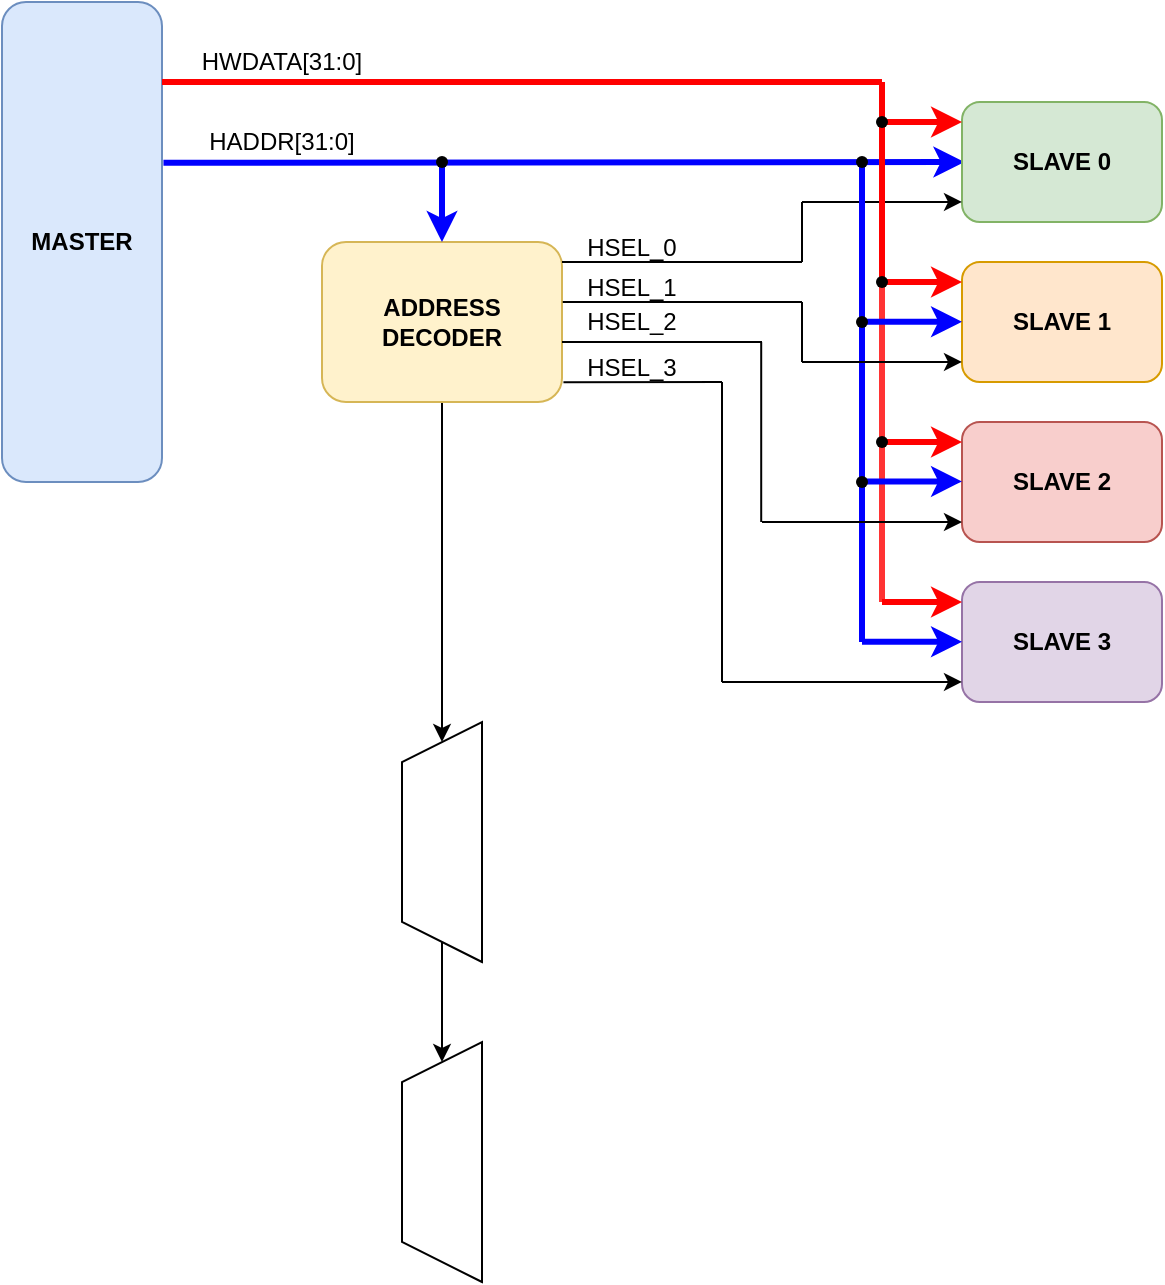
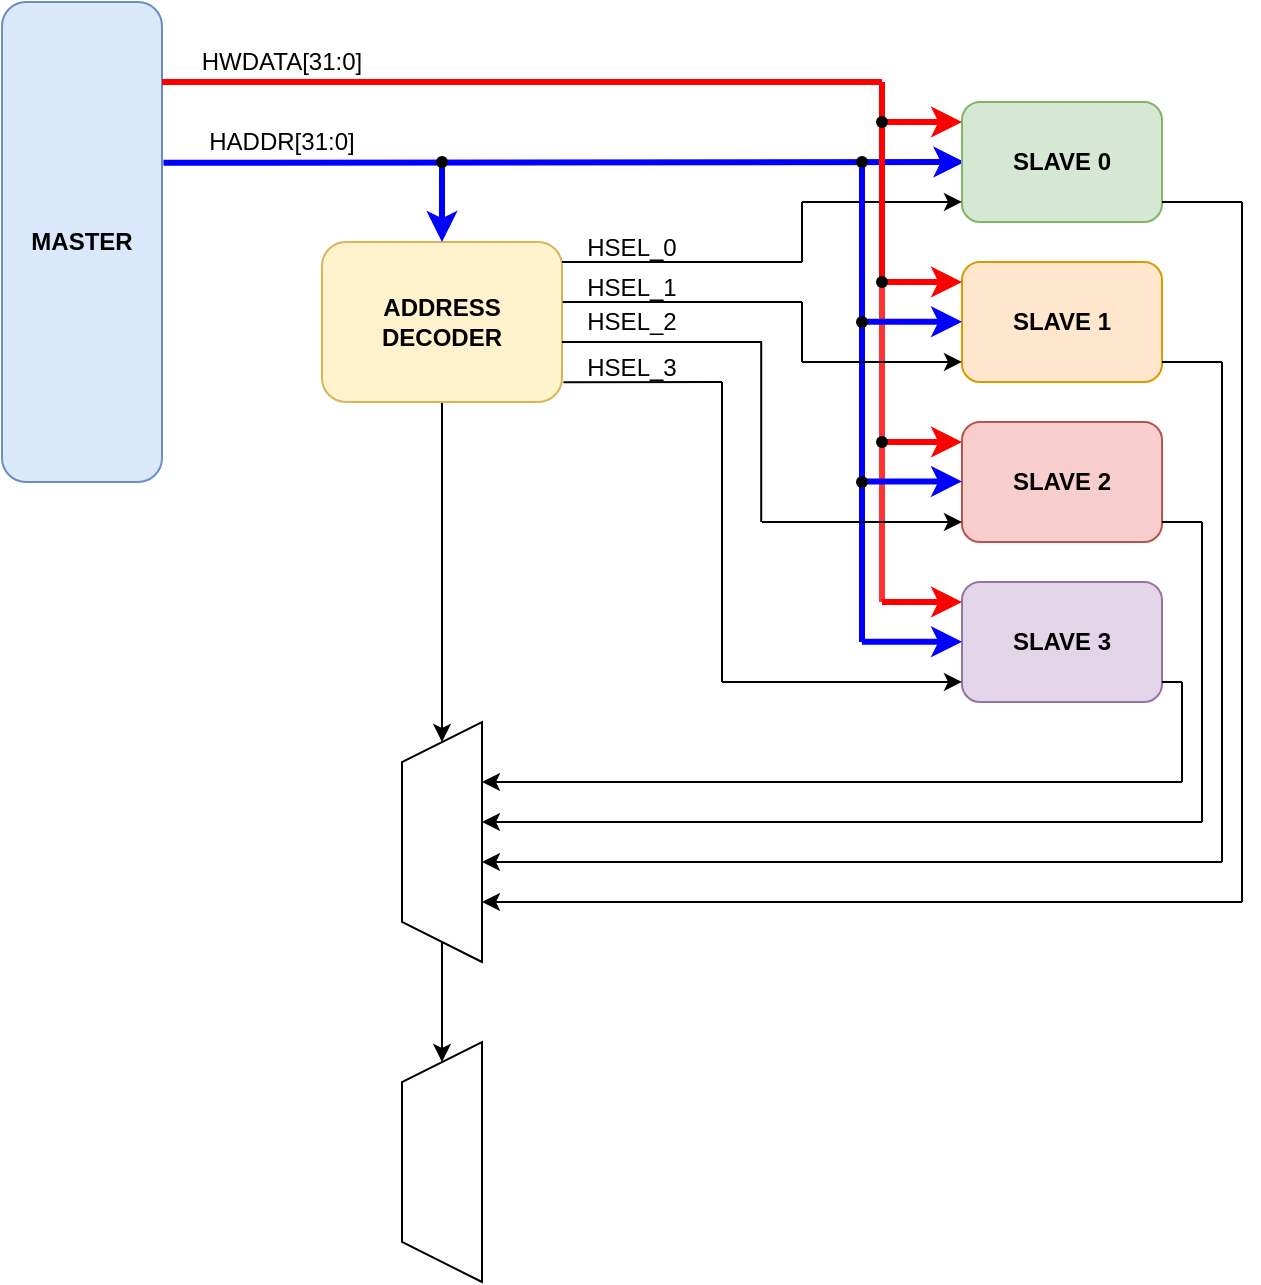
<mxfile host="app.diagrams.net" agent="Mozilla/5.0 (Windows NT 10.0; Win64; x64) AppleWebKit/537.36 (KHTML, like Gecko) Chrome/144.0.0.0 Safari/537.36 Edg/144.0.0.0" pages="4">
  <diagram id="00dOMP4ly3Yvcw6Omt_P" name="AHB Block Diagram">
-     <mxGraphModel dx="306" dy="442" grid="1" gridSize="10" guides="1" tooltips="1" connect="1" arrows="1" fold="1" page="1" pageScale="1" pageWidth="850" pageHeight="1100" math="0" shadow="0">
+     <mxGraphModel dx="527" dy="762" grid="1" gridSize="10" guides="1" tooltips="1" connect="1" arrows="1" fold="1" page="1" pageScale="1" pageWidth="850" pageHeight="1100" math="0" shadow="0">
      <root>
        <mxCell id="0" />
        <mxCell id="1" parent="0" />
        <mxCell id="WVtcaOnAu4kVJNJomXHp-1" parent="1" style="rounded=1;whiteSpace=wrap;html=1;fillColor=#dae8fc;strokeColor=#6c8ebf;" value="&lt;b&gt;MASTER&lt;/b&gt;" vertex="1">
          <mxGeometry height="240" width="80" x="80" y="160" as="geometry" />
        </mxCell>
        <mxCell id="WVtcaOnAu4kVJNJomXHp-55" edge="1" parent="1" source="WVtcaOnAu4kVJNJomXHp-3" style="edgeStyle=orthogonalEdgeStyle;rounded=0;orthogonalLoop=1;jettySize=auto;html=1;entryX=1;entryY=0.5;entryDx=0;entryDy=0;" target="WVtcaOnAu4kVJNJomXHp-53">
          <mxGeometry relative="1" as="geometry" />
        </mxCell>
        <mxCell id="WVtcaOnAu4kVJNJomXHp-3" parent="1" style="rounded=1;whiteSpace=wrap;html=1;fillColor=#fff2cc;strokeColor=#d6b656;" value="&lt;b&gt;ADDRESS DECODER&lt;/b&gt;" vertex="1">
          <mxGeometry height="80" width="120" x="240" y="280" as="geometry" />
        </mxCell>
        <mxCell id="WVtcaOnAu4kVJNJomXHp-4" edge="1" parent="1" source="WVtcaOnAu4kVJNJomXHp-1" style="endArrow=classic;html=1;rounded=0;exitX=1.009;exitY=0.335;exitDx=0;exitDy=0;exitPerimeter=0;strokeWidth=3;strokeColor=#0000FF;" value="">
          <mxGeometry height="50" relative="1" width="50" as="geometry">
            <mxPoint x="170" y="240" as="sourcePoint" />
            <mxPoint x="561.2" y="240" as="targetPoint" />
          </mxGeometry>
        </mxCell>
        <mxCell id="WVtcaOnAu4kVJNJomXHp-5" edge="1" parent="1" source="WVtcaOnAu4kVJNJomXHp-6" style="endArrow=classic;html=1;rounded=0;entryX=0.5;entryY=0;entryDx=0;entryDy=0;strokeWidth=3;strokeColor=#0000FF;" target="WVtcaOnAu4kVJNJomXHp-3" value="">
          <mxGeometry height="50" relative="1" width="50" as="geometry">
            <mxPoint x="340" y="240" as="sourcePoint" />
            <mxPoint x="390" y="190" as="targetPoint" />
          </mxGeometry>
        </mxCell>
        <mxCell id="WVtcaOnAu4kVJNJomXHp-6" parent="1" style="shape=waypoint;sketch=0;fillStyle=solid;size=6;pointerEvents=1;points=[];fillColor=none;resizable=0;rotatable=0;perimeter=centerPerimeter;snapToPoint=1;" value="" vertex="1">
          <mxGeometry height="20" width="20" x="290" y="230" as="geometry" />
        </mxCell>
        <mxCell id="WVtcaOnAu4kVJNJomXHp-7" parent="1" style="rounded=1;whiteSpace=wrap;html=1;fillColor=#d5e8d4;strokeColor=#82b366;fontStyle=1" value="SLAVE 0" vertex="1">
          <mxGeometry height="60" width="100" x="560" y="210" as="geometry" />
        </mxCell>
        <mxCell id="WVtcaOnAu4kVJNJomXHp-8" parent="1" style="rounded=1;whiteSpace=wrap;html=1;fillColor=#ffe6cc;strokeColor=#d79b00;fontStyle=1" value="SLAVE 1" vertex="1">
          <mxGeometry height="60" width="100" x="560" y="290" as="geometry" />
        </mxCell>
        <mxCell id="WVtcaOnAu4kVJNJomXHp-9" parent="1" style="rounded=1;whiteSpace=wrap;html=1;fillColor=#f8cecc;strokeColor=#b85450;fontStyle=1" value="SLAVE 2" vertex="1">
          <mxGeometry height="60" width="100" x="560" y="370" as="geometry" />
        </mxCell>
        <mxCell id="WVtcaOnAu4kVJNJomXHp-10" parent="1" style="rounded=1;whiteSpace=wrap;html=1;fillColor=#e1d5e7;strokeColor=#9673a6;fontStyle=1" value="SLAVE 3" vertex="1">
          <mxGeometry height="60" width="100" x="560" y="450" as="geometry" />
        </mxCell>
        <mxCell id="WVtcaOnAu4kVJNJomXHp-11" edge="1" parent="1" source="WVtcaOnAu4kVJNJomXHp-3" style="endArrow=none;html=1;rounded=0;exitX=1;exitY=0.125;exitDx=0;exitDy=0;exitPerimeter=0;" value="">
          <mxGeometry height="50" relative="1" width="50" as="geometry">
            <mxPoint x="410" y="290" as="sourcePoint" />
            <mxPoint x="480" y="290" as="targetPoint" />
          </mxGeometry>
        </mxCell>
        <mxCell id="WVtcaOnAu4kVJNJomXHp-12" edge="1" parent="1" style="endArrow=none;html=1;rounded=0;" value="">
          <mxGeometry height="50" relative="1" width="50" as="geometry">
            <mxPoint x="480" y="290" as="sourcePoint" />
            <mxPoint x="480" y="260" as="targetPoint" />
          </mxGeometry>
        </mxCell>
        <mxCell id="WVtcaOnAu4kVJNJomXHp-13" edge="1" parent="1" style="endArrow=classic;html=1;rounded=0;entryX=0;entryY=0.833;entryDx=0;entryDy=0;entryPerimeter=0;" target="WVtcaOnAu4kVJNJomXHp-7" value="">
          <mxGeometry height="50" relative="1" width="50" as="geometry">
            <mxPoint x="480" y="260" as="sourcePoint" />
            <mxPoint x="540" y="260" as="targetPoint" />
          </mxGeometry>
        </mxCell>
        <mxCell id="WVtcaOnAu4kVJNJomXHp-18" edge="1" parent="1" style="endArrow=none;html=1;rounded=0;strokeWidth=3;strokeColor=#FF0000;" value="">
          <mxGeometry height="50" relative="1" width="50" as="geometry">
            <mxPoint x="160" y="200" as="sourcePoint" />
            <mxPoint x="520" y="200" as="targetPoint" />
          </mxGeometry>
        </mxCell>
        <mxCell id="WVtcaOnAu4kVJNJomXHp-19" edge="1" parent="1" source="WVtcaOnAu4kVJNJomXHp-25" style="endArrow=none;html=1;rounded=0;strokeWidth=3;strokeColor=#FF0000;" value="">
          <mxGeometry height="50" relative="1" width="50" as="geometry">
            <mxPoint x="520" y="380" as="sourcePoint" />
            <mxPoint x="520" y="200" as="targetPoint" />
          </mxGeometry>
        </mxCell>
        <mxCell id="WVtcaOnAu4kVJNJomXHp-20" edge="1" parent="1" style="endArrow=classic;html=1;rounded=0;entryX=0;entryY=0.167;entryDx=0;entryDy=0;entryPerimeter=0;strokeWidth=3;strokeColor=#FF0000;" target="WVtcaOnAu4kVJNJomXHp-7" value="">
          <mxGeometry height="50" relative="1" width="50" as="geometry">
            <mxPoint x="520" y="220" as="sourcePoint" />
            <mxPoint x="570" y="170" as="targetPoint" />
          </mxGeometry>
        </mxCell>
        <mxCell id="WVtcaOnAu4kVJNJomXHp-22" edge="1" parent="1" style="endArrow=classic;html=1;rounded=0;entryX=0;entryY=0.167;entryDx=0;entryDy=0;entryPerimeter=0;strokeWidth=3;strokeColor=#FF0000;" value="">
          <mxGeometry height="50" relative="1" width="50" as="geometry">
            <mxPoint x="520" y="300" as="sourcePoint" />
            <mxPoint x="560" y="300" as="targetPoint" />
          </mxGeometry>
        </mxCell>
        <mxCell id="WVtcaOnAu4kVJNJomXHp-23" parent="1" style="shape=waypoint;sketch=0;fillStyle=solid;size=6;pointerEvents=1;points=[];fillColor=none;resizable=0;rotatable=0;perimeter=centerPerimeter;snapToPoint=1;" value="" vertex="1">
          <mxGeometry height="20" width="20" x="510" y="210" as="geometry" />
        </mxCell>
        <mxCell id="WVtcaOnAu4kVJNJomXHp-24" edge="1" parent="1" style="endArrow=classic;html=1;rounded=0;entryX=0;entryY=0.167;entryDx=0;entryDy=0;entryPerimeter=0;strokeWidth=3;strokeColor=#FF0000;" value="">
          <mxGeometry height="50" relative="1" width="50" as="geometry">
            <mxPoint x="520" y="380" as="sourcePoint" />
            <mxPoint x="560" y="380" as="targetPoint" />
          </mxGeometry>
        </mxCell>
        <mxCell id="WVtcaOnAu4kVJNJomXHp-26" edge="1" parent="1" style="endArrow=none;html=1;rounded=0;strokeWidth=3;strokeColor=#FF3333;" target="WVtcaOnAu4kVJNJomXHp-25" value="">
          <mxGeometry height="50" relative="1" width="50" as="geometry">
            <mxPoint x="520" y="460" as="sourcePoint" />
            <mxPoint x="520" y="200" as="targetPoint" />
          </mxGeometry>
        </mxCell>
        <mxCell id="WVtcaOnAu4kVJNJomXHp-25" parent="1" style="shape=waypoint;sketch=0;fillStyle=solid;size=6;pointerEvents=1;points=[];fillColor=none;resizable=0;rotatable=0;perimeter=centerPerimeter;snapToPoint=1;" value="" vertex="1">
          <mxGeometry height="20" width="20" x="510" y="290" as="geometry" />
        </mxCell>
        <mxCell id="WVtcaOnAu4kVJNJomXHp-27" edge="1" parent="1" style="endArrow=none;html=1;rounded=0;strokeWidth=3;strokeColor=#0000FF;" target="WVtcaOnAu4kVJNJomXHp-30" value="">
          <mxGeometry height="50" relative="1" width="50" as="geometry">
            <mxPoint x="510" y="480" as="sourcePoint" />
            <mxPoint x="510" y="240" as="targetPoint" />
          </mxGeometry>
        </mxCell>
        <mxCell id="WVtcaOnAu4kVJNJomXHp-28" edge="1" parent="1" style="endArrow=classic;html=1;rounded=0;entryX=0;entryY=0.167;entryDx=0;entryDy=0;entryPerimeter=0;strokeWidth=3;strokeColor=#0000FF;" value="">
          <mxGeometry height="50" relative="1" width="50" as="geometry">
            <mxPoint x="510" y="399.72" as="sourcePoint" />
            <mxPoint x="560" y="399.72" as="targetPoint" />
          </mxGeometry>
        </mxCell>
        <mxCell id="WVtcaOnAu4kVJNJomXHp-29" edge="1" parent="1" style="endArrow=classic;html=1;rounded=0;entryX=0;entryY=0.167;entryDx=0;entryDy=0;entryPerimeter=0;strokeWidth=3;strokeColor=#0000FF;" value="">
          <mxGeometry height="50" relative="1" width="50" as="geometry">
            <mxPoint x="510" y="319.86" as="sourcePoint" />
            <mxPoint x="560" y="319.86" as="targetPoint" />
          </mxGeometry>
        </mxCell>
        <mxCell id="WVtcaOnAu4kVJNJomXHp-30" parent="1" style="shape=waypoint;sketch=0;fillStyle=solid;size=6;pointerEvents=1;points=[];fillColor=none;resizable=0;rotatable=0;perimeter=centerPerimeter;snapToPoint=1;" value="" vertex="1">
          <mxGeometry height="20" width="20" x="500.0000000000001" y="230" as="geometry" />
        </mxCell>
        <mxCell id="WVtcaOnAu4kVJNJomXHp-31" parent="1" style="shape=waypoint;sketch=0;fillStyle=solid;size=6;pointerEvents=1;points=[];fillColor=none;resizable=0;rotatable=0;perimeter=centerPerimeter;snapToPoint=1;" value="" vertex="1">
          <mxGeometry height="20" width="20" x="500" y="310" as="geometry" />
        </mxCell>
        <mxCell id="WVtcaOnAu4kVJNJomXHp-32" edge="1" parent="1" style="endArrow=classic;html=1;rounded=0;entryX=0;entryY=0.167;entryDx=0;entryDy=0;entryPerimeter=0;strokeWidth=3;strokeColor=#FF0000;" value="">
          <mxGeometry height="50" relative="1" width="50" as="geometry">
            <mxPoint x="520" y="460" as="sourcePoint" />
            <mxPoint x="560" y="460" as="targetPoint" />
          </mxGeometry>
        </mxCell>
        <mxCell id="WVtcaOnAu4kVJNJomXHp-33" edge="1" parent="1" style="endArrow=classic;html=1;rounded=0;entryX=0;entryY=0.167;entryDx=0;entryDy=0;entryPerimeter=0;strokeWidth=3;strokeColor=#0000FF;" value="">
          <mxGeometry height="50" relative="1" width="50" as="geometry">
            <mxPoint x="510" y="479.88" as="sourcePoint" />
            <mxPoint x="560" y="479.88" as="targetPoint" />
          </mxGeometry>
        </mxCell>
        <mxCell id="WVtcaOnAu4kVJNJomXHp-34" parent="1" style="shape=waypoint;sketch=0;fillStyle=solid;size=6;pointerEvents=1;points=[];fillColor=none;resizable=0;rotatable=0;perimeter=centerPerimeter;snapToPoint=1;" value="" vertex="1">
          <mxGeometry height="20" width="20" x="510" y="370" as="geometry" />
        </mxCell>
        <mxCell id="WVtcaOnAu4kVJNJomXHp-35" parent="1" style="shape=waypoint;sketch=0;fillStyle=solid;size=6;pointerEvents=1;points=[];fillColor=none;resizable=0;rotatable=0;perimeter=centerPerimeter;snapToPoint=1;" value="" vertex="1">
          <mxGeometry height="20" width="20" x="500" y="390" as="geometry" />
        </mxCell>
        <mxCell id="WVtcaOnAu4kVJNJomXHp-38" edge="1" parent="1" source="WVtcaOnAu4kVJNJomXHp-3" style="endArrow=none;html=1;rounded=0;exitX=1.003;exitY=0.375;exitDx=0;exitDy=0;exitPerimeter=0;" value="">
          <mxGeometry height="50" relative="1" width="50" as="geometry">
            <mxPoint x="400" y="310" as="sourcePoint" />
            <mxPoint x="480" y="310" as="targetPoint" />
          </mxGeometry>
        </mxCell>
        <mxCell id="WVtcaOnAu4kVJNJomXHp-39" edge="1" parent="1" source="WVtcaOnAu4kVJNJomXHp-3" style="endArrow=none;html=1;rounded=0;exitX=1;exitY=0.625;exitDx=0;exitDy=0;exitPerimeter=0;" value="">
          <mxGeometry height="50" relative="1" width="50" as="geometry">
            <mxPoint x="400" y="330" as="sourcePoint" />
            <mxPoint x="460" y="330" as="targetPoint" />
          </mxGeometry>
        </mxCell>
        <mxCell id="WVtcaOnAu4kVJNJomXHp-40" edge="1" parent="1" source="WVtcaOnAu4kVJNJomXHp-3" style="endArrow=none;html=1;rounded=0;exitX=1.006;exitY=0.877;exitDx=0;exitDy=0;exitPerimeter=0;" value="">
          <mxGeometry height="50" relative="1" width="50" as="geometry">
            <mxPoint x="400" y="350" as="sourcePoint" />
            <mxPoint x="440" y="350" as="targetPoint" />
          </mxGeometry>
        </mxCell>
        <mxCell id="WVtcaOnAu4kVJNJomXHp-41" edge="1" parent="1" style="endArrow=none;html=1;rounded=0;" value="">
          <mxGeometry height="50" relative="1" width="50" as="geometry">
            <mxPoint x="440" y="500" as="sourcePoint" />
            <mxPoint x="440" y="350" as="targetPoint" />
          </mxGeometry>
        </mxCell>
        <mxCell id="WVtcaOnAu4kVJNJomXHp-42" edge="1" parent="1" style="endArrow=classic;html=1;rounded=0;entryX=0;entryY=0.833;entryDx=0;entryDy=0;entryPerimeter=0;" target="WVtcaOnAu4kVJNJomXHp-10" value="">
          <mxGeometry height="50" relative="1" width="50" as="geometry">
            <mxPoint x="440" y="499.98" as="sourcePoint" />
            <mxPoint x="470" y="450" as="targetPoint" />
          </mxGeometry>
        </mxCell>
        <mxCell id="WVtcaOnAu4kVJNJomXHp-43" edge="1" parent="1" style="endArrow=none;html=1;rounded=0;" value="">
          <mxGeometry height="50" relative="1" width="50" as="geometry">
            <mxPoint x="459.6" y="420" as="sourcePoint" />
            <mxPoint x="459.6" y="330" as="targetPoint" />
          </mxGeometry>
        </mxCell>
        <mxCell id="WVtcaOnAu4kVJNJomXHp-44" edge="1" parent="1" style="endArrow=classic;html=1;rounded=0;entryX=0;entryY=0.833;entryDx=0;entryDy=0;entryPerimeter=0;" value="">
          <mxGeometry height="50" relative="1" width="50" as="geometry">
            <mxPoint x="460" y="420" as="sourcePoint" />
            <mxPoint x="560" y="420" as="targetPoint" />
          </mxGeometry>
        </mxCell>
        <mxCell id="WVtcaOnAu4kVJNJomXHp-45" edge="1" parent="1" style="endArrow=none;html=1;rounded=0;" value="">
          <mxGeometry height="50" relative="1" width="50" as="geometry">
            <mxPoint x="480" y="340" as="sourcePoint" />
            <mxPoint x="480" y="310" as="targetPoint" />
          </mxGeometry>
        </mxCell>
        <mxCell id="WVtcaOnAu4kVJNJomXHp-46" edge="1" parent="1" style="endArrow=classic;html=1;rounded=0;entryX=0;entryY=0.833;entryDx=0;entryDy=0;entryPerimeter=0;" target="WVtcaOnAu4kVJNJomXHp-8" value="">
          <mxGeometry height="50" relative="1" width="50" as="geometry">
            <mxPoint x="480" y="340" as="sourcePoint" />
            <mxPoint x="550" y="340" as="targetPoint" />
          </mxGeometry>
        </mxCell>
        <mxCell id="WVtcaOnAu4kVJNJomXHp-47" parent="1" style="text;html=1;whiteSpace=wrap;strokeColor=none;fillColor=none;align=center;verticalAlign=middle;rounded=0;" value="HSEL_0" vertex="1">
          <mxGeometry height="15" width="60" x="365" y="275" as="geometry" />
        </mxCell>
        <mxCell id="WVtcaOnAu4kVJNJomXHp-48" parent="1" style="text;html=1;whiteSpace=wrap;strokeColor=none;fillColor=none;align=center;verticalAlign=middle;rounded=0;" value="HSEL_1" vertex="1">
          <mxGeometry height="15" width="60" x="365" y="295" as="geometry" />
        </mxCell>
        <mxCell id="WVtcaOnAu4kVJNJomXHp-49" parent="1" style="text;html=1;whiteSpace=wrap;strokeColor=none;fillColor=none;align=center;verticalAlign=middle;rounded=0;" value="HSEL_2" vertex="1">
          <mxGeometry height="7.5" width="60" x="365" y="316.25" as="geometry" />
        </mxCell>
        <mxCell id="WVtcaOnAu4kVJNJomXHp-50" parent="1" style="text;html=1;whiteSpace=wrap;strokeColor=none;fillColor=none;align=center;verticalAlign=middle;rounded=0;" value="HSEL_3" vertex="1">
          <mxGeometry height="15" width="60" x="365" y="335" as="geometry" />
        </mxCell>
        <mxCell id="WVtcaOnAu4kVJNJomXHp-51" parent="1" style="text;html=1;whiteSpace=wrap;strokeColor=none;fillColor=none;align=center;verticalAlign=middle;rounded=0;" value="HWDATA[31:0]" vertex="1">
          <mxGeometry height="20" width="80" x="180" y="180" as="geometry" />
        </mxCell>
        <mxCell id="WVtcaOnAu4kVJNJomXHp-52" parent="1" style="text;html=1;whiteSpace=wrap;strokeColor=none;fillColor=none;align=center;verticalAlign=middle;rounded=0;" value="HADDR[31:0]" vertex="1">
          <mxGeometry height="20" width="80" x="180" y="220" as="geometry" />
        </mxCell>
        <mxCell id="WVtcaOnAu4kVJNJomXHp-53" parent="1" style="shape=trapezoid;perimeter=trapezoidPerimeter;whiteSpace=wrap;html=1;fixedSize=1;rotation=-90;" value="" vertex="1">
          <mxGeometry height="40" width="120" x="240" y="560" as="geometry" />
        </mxCell>
        <mxCell id="WVtcaOnAu4kVJNJomXHp-54" parent="1" style="shape=trapezoid;perimeter=trapezoidPerimeter;whiteSpace=wrap;html=1;fixedSize=1;rotation=-90;" value="" vertex="1">
          <mxGeometry height="40" width="120" x="240" y="720" as="geometry" />
        </mxCell>
        <mxCell id="WVtcaOnAu4kVJNJomXHp-56" edge="1" parent="1" source="WVtcaOnAu4kVJNJomXHp-53" style="endArrow=classic;html=1;rounded=0;exitX=0;exitY=0.5;exitDx=0;exitDy=0;entryX=1;entryY=0.5;entryDx=0;entryDy=0;" target="WVtcaOnAu4kVJNJomXHp-54" value="">
          <mxGeometry height="50" relative="1" width="50" as="geometry">
            <mxPoint x="360" y="680" as="sourcePoint" />
            <mxPoint x="410" y="630" as="targetPoint" />
+           </mxGeometry>
+         </mxCell>
+         <mxCell id="WVtcaOnAu4kVJNJomXHp-58" edge="1" parent="1" style="endArrow=classic;html=1;rounded=0;" value="">
+           <mxGeometry height="50" relative="1" width="50" as="geometry">
+             <mxPoint x="670" y="550" as="sourcePoint" />
+             <mxPoint x="320" y="550" as="targetPoint" />
+           </mxGeometry>
+         </mxCell>
+         <mxCell id="WVtcaOnAu4kVJNJomXHp-59" edge="1" parent="1" style="endArrow=classic;html=1;rounded=0;" value="">
+           <mxGeometry height="50" relative="1" width="50" as="geometry">
+             <mxPoint x="680" y="570" as="sourcePoint" />
+             <mxPoint x="320" y="570" as="targetPoint" />
+           </mxGeometry>
+         </mxCell>
+         <mxCell id="WVtcaOnAu4kVJNJomXHp-60" edge="1" parent="1" style="endArrow=classic;html=1;rounded=0;" value="">
+           <mxGeometry height="50" relative="1" width="50" as="geometry">
+             <mxPoint x="690" y="590" as="sourcePoint" />
+             <mxPoint x="320" y="590" as="targetPoint" />
+           </mxGeometry>
+         </mxCell>
+         <mxCell id="WVtcaOnAu4kVJNJomXHp-61" edge="1" parent="1" style="endArrow=classic;html=1;rounded=0;" value="">
+           <mxGeometry height="50" relative="1" width="50" as="geometry">
+             <mxPoint x="700" y="610" as="sourcePoint" />
+             <mxPoint x="320" y="610" as="targetPoint" />
+           </mxGeometry>
+         </mxCell>
+         <mxCell id="WVtcaOnAu4kVJNJomXHp-62" edge="1" parent="1" style="endArrow=none;html=1;rounded=0;" value="">
+           <mxGeometry height="50" relative="1" width="50" as="geometry">
+             <mxPoint x="670" y="550" as="sourcePoint" />
+             <mxPoint x="670" y="500" as="targetPoint" />
+           </mxGeometry>
+         </mxCell>
+         <mxCell id="WVtcaOnAu4kVJNJomXHp-63" edge="1" parent="1" style="endArrow=none;html=1;rounded=0;" value="">
+           <mxGeometry height="50" relative="1" width="50" as="geometry">
+             <mxPoint x="660" y="500" as="sourcePoint" />
+             <mxPoint x="670" y="500" as="targetPoint" />
+           </mxGeometry>
+         </mxCell>
+         <mxCell id="WVtcaOnAu4kVJNJomXHp-64" edge="1" parent="1" style="endArrow=none;html=1;rounded=0;" value="">
+           <mxGeometry height="50" relative="1" width="50" as="geometry">
+             <mxPoint x="680" y="570" as="sourcePoint" />
+             <mxPoint x="680" y="420" as="targetPoint" />
+           </mxGeometry>
+         </mxCell>
+         <mxCell id="WVtcaOnAu4kVJNJomXHp-65" edge="1" parent="1" style="endArrow=none;html=1;rounded=0;" value="">
+           <mxGeometry height="50" relative="1" width="50" as="geometry">
+             <mxPoint x="660" y="420" as="sourcePoint" />
+             <mxPoint x="680" y="420" as="targetPoint" />
+           </mxGeometry>
+         </mxCell>
+         <mxCell id="WVtcaOnAu4kVJNJomXHp-66" edge="1" parent="1" style="endArrow=none;html=1;rounded=0;" value="">
+           <mxGeometry height="50" relative="1" width="50" as="geometry">
+             <mxPoint x="690" y="590" as="sourcePoint" />
+             <mxPoint x="690" y="340" as="targetPoint" />
+           </mxGeometry>
+         </mxCell>
+         <mxCell id="WVtcaOnAu4kVJNJomXHp-67" edge="1" parent="1" style="endArrow=none;html=1;rounded=0;" value="">
+           <mxGeometry height="50" relative="1" width="50" as="geometry">
+             <mxPoint x="660" y="340" as="sourcePoint" />
+             <mxPoint x="690" y="340" as="targetPoint" />
+           </mxGeometry>
+         </mxCell>
+         <mxCell id="WVtcaOnAu4kVJNJomXHp-69" edge="1" parent="1" style="endArrow=none;html=1;rounded=0;" value="">
+           <mxGeometry height="50" relative="1" width="50" as="geometry">
+             <mxPoint x="700" y="610" as="sourcePoint" />
+             <mxPoint x="700" y="260" as="targetPoint" />
+           </mxGeometry>
+         </mxCell>
+         <mxCell id="WVtcaOnAu4kVJNJomXHp-71" edge="1" parent="1" style="endArrow=none;html=1;rounded=0;" value="">
+           <mxGeometry height="50" relative="1" width="50" as="geometry">
+             <mxPoint x="660" y="260" as="sourcePoint" />
+             <mxPoint x="700" y="260" as="targetPoint" />
          </mxGeometry>
        </mxCell>
      </root>
    </mxGraphModel>
  </diagram>
  <diagram name="AHB Interface" id="AxdGKtdG9Rmgfqjtrl1U">
    <mxGraphModel dx="2046" dy="1106" grid="1" gridSize="10" guides="1" tooltips="1" connect="1" arrows="1" fold="1" page="1" pageScale="1" pageWidth="850" pageHeight="1100" math="0" shadow="0">
      <root>
        <mxCell id="0" />
        <mxCell id="1" parent="0" />
        <mxCell id="BZ9neWvH9tw47nREzwFn-1" parent="1" style="rounded=0;whiteSpace=wrap;html=1;" value="&lt;font style=&quot;font-size: 16px;&quot;&gt;&lt;b&gt;Manager&lt;/b&gt;&lt;/font&gt;" vertex="1">
          <mxGeometry height="200" width="120" x="400" y="80" as="geometry" />
        </mxCell>
        <mxCell id="BZ9neWvH9tw47nREzwFn-2" edge="1" parent="1" style="endArrow=classic;html=1;rounded=0;" value="">
          <mxGeometry height="50" relative="1" width="50" as="geometry">
            <mxPoint x="360" y="100" as="sourcePoint" />
            <mxPoint x="400" y="100" as="targetPoint" />
          </mxGeometry>
        </mxCell>
        <mxCell id="BZ9neWvH9tw47nREzwFn-3" edge="1" parent="1" style="endArrow=classic;html=1;rounded=0;" value="">
          <mxGeometry height="50" relative="1" width="50" as="geometry">
            <mxPoint x="360" y="120" as="sourcePoint" />
            <mxPoint x="400" y="120" as="targetPoint" />
          </mxGeometry>
        </mxCell>
        <mxCell id="BZ9neWvH9tw47nREzwFn-4" parent="1" style="text;html=1;whiteSpace=wrap;strokeColor=none;fillColor=none;align=center;verticalAlign=middle;rounded=0;fontStyle=1" value="HCLK" vertex="1">
          <mxGeometry height="20" width="40" x="320" y="90" as="geometry" />
        </mxCell>
        <mxCell id="BZ9neWvH9tw47nREzwFn-5" parent="1" style="text;html=1;whiteSpace=wrap;strokeColor=none;fillColor=none;align=center;verticalAlign=middle;rounded=0;fontStyle=1" value="HRESETn" vertex="1">
          <mxGeometry height="20" width="60" x="300" y="110" as="geometry" />
        </mxCell>
        <mxCell id="BZ9neWvH9tw47nREzwFn-6" parent="1" style="text;html=1;whiteSpace=wrap;strokeColor=none;fillColor=none;align=center;verticalAlign=middle;rounded=0;fontStyle=1" value="HREADY" vertex="1">
          <mxGeometry height="20" width="60" x="300" y="150" as="geometry" />
        </mxCell>
        <mxCell id="BZ9neWvH9tw47nREzwFn-7" edge="1" parent="1" style="endArrow=classic;html=1;rounded=0;" value="">
          <mxGeometry height="50" relative="1" width="50" as="geometry">
            <mxPoint x="360" y="160" as="sourcePoint" />
            <mxPoint x="400" y="160" as="targetPoint" />
          </mxGeometry>
        </mxCell>
        <mxCell id="BZ9neWvH9tw47nREzwFn-8" edge="1" parent="1" style="endArrow=classic;html=1;rounded=0;" value="">
          <mxGeometry height="50" relative="1" width="50" as="geometry">
            <mxPoint x="360" y="180" as="sourcePoint" />
            <mxPoint x="400" y="180" as="targetPoint" />
          </mxGeometry>
        </mxCell>
        <mxCell id="BZ9neWvH9tw47nREzwFn-9" parent="1" style="text;html=1;whiteSpace=wrap;strokeColor=none;fillColor=none;align=center;verticalAlign=middle;rounded=0;fontStyle=1" value="HSELx" vertex="1">
          <mxGeometry height="20" width="60" x="310" y="430" as="geometry" />
        </mxCell>
        <mxCell id="BZ9neWvH9tw47nREzwFn-10" edge="1" parent="1" style="endArrow=classic;html=1;rounded=0;" value="">
          <mxGeometry height="50" relative="1" width="50" as="geometry">
            <mxPoint x="360" y="260" as="sourcePoint" />
            <mxPoint x="400" y="260" as="targetPoint" />
          </mxGeometry>
        </mxCell>
        <mxCell id="BZ9neWvH9tw47nREzwFn-11" parent="1" style="text;html=1;whiteSpace=wrap;strokeColor=none;fillColor=none;align=center;verticalAlign=middle;rounded=0;fontStyle=1" value="HRDATA[31:0]" vertex="1">
          <mxGeometry height="20" width="90" x="270" y="250" as="geometry" />
        </mxCell>
        <mxCell id="BZ9neWvH9tw47nREzwFn-12" edge="1" parent="1" style="endArrow=classic;html=1;rounded=0;" value="">
          <mxGeometry height="50" relative="1" width="50" as="geometry">
            <mxPoint x="520" y="99.83" as="sourcePoint" />
            <mxPoint x="560" y="99.83" as="targetPoint" />
          </mxGeometry>
        </mxCell>
        <mxCell id="BZ9neWvH9tw47nREzwFn-13" edge="1" parent="1" style="endArrow=classic;html=1;rounded=0;" value="">
          <mxGeometry height="50" relative="1" width="50" as="geometry">
            <mxPoint x="520" y="119.83" as="sourcePoint" />
            <mxPoint x="560" y="119.83" as="targetPoint" />
          </mxGeometry>
        </mxCell>
        <mxCell id="BZ9neWvH9tw47nREzwFn-14" edge="1" parent="1" style="endArrow=classic;html=1;rounded=0;" value="">
          <mxGeometry height="50" relative="1" width="50" as="geometry">
            <mxPoint x="520" y="159.83" as="sourcePoint" />
            <mxPoint x="560" y="159.83" as="targetPoint" />
          </mxGeometry>
        </mxCell>
        <mxCell id="BZ9neWvH9tw47nREzwFn-15" edge="1" parent="1" style="endArrow=classic;html=1;rounded=0;" value="">
          <mxGeometry height="50" relative="1" width="50" as="geometry">
            <mxPoint x="520" y="140" as="sourcePoint" />
            <mxPoint x="560" y="140" as="targetPoint" />
          </mxGeometry>
        </mxCell>
        <mxCell id="BZ9neWvH9tw47nREzwFn-16" edge="1" parent="1" style="endArrow=classic;html=1;rounded=0;" value="">
          <mxGeometry height="50" relative="1" width="50" as="geometry">
            <mxPoint x="520" y="179.83" as="sourcePoint" />
            <mxPoint x="560" y="179.83" as="targetPoint" />
          </mxGeometry>
        </mxCell>
        <mxCell id="BZ9neWvH9tw47nREzwFn-17" edge="1" parent="1" style="endArrow=classic;html=1;rounded=0;" value="">
          <mxGeometry height="50" relative="1" width="50" as="geometry">
            <mxPoint x="520" y="200" as="sourcePoint" />
            <mxPoint x="560" y="200" as="targetPoint" />
          </mxGeometry>
        </mxCell>
        <mxCell id="BZ9neWvH9tw47nREzwFn-18" parent="1" style="text;html=1;whiteSpace=wrap;strokeColor=none;fillColor=none;align=center;verticalAlign=middle;rounded=0;fontStyle=1" value="HADDR[31:0]" vertex="1">
          <mxGeometry height="20" width="80" x="560" y="90" as="geometry" />
        </mxCell>
        <mxCell id="BZ9neWvH9tw47nREzwFn-19" parent="1" style="text;html=1;whiteSpace=wrap;strokeColor=none;fillColor=none;align=center;verticalAlign=middle;rounded=0;fontStyle=1" value="HWRITE" vertex="1">
          <mxGeometry height="20" width="60" x="560" y="110" as="geometry" />
        </mxCell>
        <mxCell id="BZ9neWvH9tw47nREzwFn-20" parent="1" style="text;html=1;whiteSpace=wrap;strokeColor=none;fillColor=none;align=center;verticalAlign=middle;rounded=0;fontStyle=1" value="HSIZE[2:0]" vertex="1">
          <mxGeometry height="20" width="70" x="560" y="130" as="geometry" />
        </mxCell>
        <mxCell id="BZ9neWvH9tw47nREzwFn-21" parent="1" style="text;html=1;whiteSpace=wrap;strokeColor=none;fillColor=none;align=center;verticalAlign=middle;rounded=0;fontStyle=1" value="HBURST[2:0]" vertex="1">
          <mxGeometry height="20" width="80" x="560" y="150" as="geometry" />
        </mxCell>
        <mxCell id="BZ9neWvH9tw47nREzwFn-22" parent="1" style="text;html=1;whiteSpace=wrap;strokeColor=none;fillColor=none;align=center;verticalAlign=middle;rounded=0;fontStyle=1" value="HPROT[3:0]" vertex="1">
          <mxGeometry height="20" width="80" x="560" y="170" as="geometry" />
        </mxCell>
        <mxCell id="BZ9neWvH9tw47nREzwFn-23" parent="1" style="text;html=1;whiteSpace=wrap;strokeColor=none;fillColor=none;align=center;verticalAlign=middle;rounded=0;fontStyle=1" value="HTRANS[1:0]" vertex="1">
          <mxGeometry height="20" width="80" x="560" y="190" as="geometry" />
        </mxCell>
        <mxCell id="BZ9neWvH9tw47nREzwFn-24" edge="1" parent="1" style="endArrow=classic;html=1;rounded=0;" value="">
          <mxGeometry height="50" relative="1" width="50" as="geometry">
            <mxPoint x="520" y="220" as="sourcePoint" />
            <mxPoint x="560" y="220" as="targetPoint" />
          </mxGeometry>
        </mxCell>
        <mxCell id="BZ9neWvH9tw47nREzwFn-25" parent="1" style="text;html=1;whiteSpace=wrap;strokeColor=none;fillColor=none;align=center;verticalAlign=middle;rounded=0;fontStyle=1" value="HMASTLOCK" vertex="1">
          <mxGeometry height="20" width="80" x="560" y="210" as="geometry" />
        </mxCell>
        <mxCell id="BZ9neWvH9tw47nREzwFn-26" edge="1" parent="1" style="endArrow=classic;html=1;rounded=0;" value="">
          <mxGeometry height="50" relative="1" width="50" as="geometry">
            <mxPoint x="520" y="259.8" as="sourcePoint" />
            <mxPoint x="560" y="259.8" as="targetPoint" />
          </mxGeometry>
        </mxCell>
        <mxCell id="BZ9neWvH9tw47nREzwFn-30" parent="1" style="text;html=1;whiteSpace=wrap;strokeColor=none;fillColor=none;align=center;verticalAlign=middle;rounded=0;fontStyle=1" value="HWDATA[31:0]" vertex="1">
          <mxGeometry height="20" width="95" x="555" y="250" as="geometry" />
        </mxCell>
        <mxCell id="BZ9neWvH9tw47nREzwFn-31" parent="1" style="rounded=0;whiteSpace=wrap;html=1;" value="&lt;font style=&quot;font-size: 16px;&quot;&gt;&lt;b&gt;Slave&lt;/b&gt;&lt;/font&gt;" vertex="1">
          <mxGeometry height="320" width="120" x="400" y="360" as="geometry" />
        </mxCell>
        <mxCell id="BZ9neWvH9tw47nREzwFn-32" edge="1" parent="1" style="endArrow=classic;html=1;rounded=0;" value="">
          <mxGeometry height="50" relative="1" width="50" as="geometry">
            <mxPoint x="360" y="489.83" as="sourcePoint" />
            <mxPoint x="400" y="489.83" as="targetPoint" />
          </mxGeometry>
        </mxCell>
        <mxCell id="BZ9neWvH9tw47nREzwFn-33" edge="1" parent="1" style="endArrow=classic;html=1;rounded=0;" value="">
          <mxGeometry height="50" relative="1" width="50" as="geometry">
            <mxPoint x="360" y="509.83" as="sourcePoint" />
            <mxPoint x="400" y="509.83" as="targetPoint" />
          </mxGeometry>
        </mxCell>
        <mxCell id="BZ9neWvH9tw47nREzwFn-34" edge="1" parent="1" style="endArrow=classic;html=1;rounded=0;" value="">
          <mxGeometry height="50" relative="1" width="50" as="geometry">
            <mxPoint x="360" y="549.83" as="sourcePoint" />
            <mxPoint x="400" y="549.83" as="targetPoint" />
          </mxGeometry>
        </mxCell>
        <mxCell id="BZ9neWvH9tw47nREzwFn-35" edge="1" parent="1" style="endArrow=classic;html=1;rounded=0;" value="">
          <mxGeometry height="50" relative="1" width="50" as="geometry">
            <mxPoint x="360" y="530" as="sourcePoint" />
            <mxPoint x="400" y="530" as="targetPoint" />
          </mxGeometry>
        </mxCell>
        <mxCell id="BZ9neWvH9tw47nREzwFn-36" edge="1" parent="1" style="endArrow=classic;html=1;rounded=0;" value="">
          <mxGeometry height="50" relative="1" width="50" as="geometry">
            <mxPoint x="360" y="569.83" as="sourcePoint" />
            <mxPoint x="400" y="569.83" as="targetPoint" />
          </mxGeometry>
        </mxCell>
        <mxCell id="BZ9neWvH9tw47nREzwFn-37" edge="1" parent="1" style="endArrow=classic;html=1;rounded=0;" value="">
          <mxGeometry height="50" relative="1" width="50" as="geometry">
            <mxPoint x="360" y="590" as="sourcePoint" />
            <mxPoint x="400" y="590" as="targetPoint" />
          </mxGeometry>
        </mxCell>
        <mxCell id="BZ9neWvH9tw47nREzwFn-38" parent="1" style="text;html=1;whiteSpace=wrap;strokeColor=none;fillColor=none;align=center;verticalAlign=middle;rounded=0;fontStyle=1" value="HADDR[31:0]" vertex="1">
          <mxGeometry height="20" width="80" x="275" y="480" as="geometry" />
        </mxCell>
        <mxCell id="BZ9neWvH9tw47nREzwFn-39" parent="1" style="text;html=1;whiteSpace=wrap;strokeColor=none;fillColor=none;align=center;verticalAlign=middle;rounded=0;fontStyle=1" value="HWRITE" vertex="1">
          <mxGeometry height="20" width="60" x="275" y="500" as="geometry" />
        </mxCell>
        <mxCell id="BZ9neWvH9tw47nREzwFn-40" parent="1" style="text;html=1;whiteSpace=wrap;strokeColor=none;fillColor=none;align=center;verticalAlign=middle;rounded=0;fontStyle=1" value="HSIZE[2:0]" vertex="1">
          <mxGeometry height="20" width="70" x="275" y="520" as="geometry" />
        </mxCell>
        <mxCell id="BZ9neWvH9tw47nREzwFn-41" parent="1" style="text;html=1;whiteSpace=wrap;strokeColor=none;fillColor=none;align=center;verticalAlign=middle;rounded=0;fontStyle=1" value="HBURST[2:0]" vertex="1">
          <mxGeometry height="20" width="80" x="275" y="540" as="geometry" />
        </mxCell>
        <mxCell id="BZ9neWvH9tw47nREzwFn-42" parent="1" style="text;html=1;whiteSpace=wrap;strokeColor=none;fillColor=none;align=center;verticalAlign=middle;rounded=0;fontStyle=1" value="HPROT[3:0]" vertex="1">
          <mxGeometry height="20" width="80" x="275" y="560" as="geometry" />
        </mxCell>
        <mxCell id="BZ9neWvH9tw47nREzwFn-43" parent="1" style="text;html=1;whiteSpace=wrap;strokeColor=none;fillColor=none;align=center;verticalAlign=middle;rounded=0;fontStyle=1" value="HTRANS[1:0]" vertex="1">
          <mxGeometry height="20" width="80" x="275" y="580" as="geometry" />
        </mxCell>
        <mxCell id="BZ9neWvH9tw47nREzwFn-44" edge="1" parent="1" style="endArrow=classic;html=1;rounded=0;" value="">
          <mxGeometry height="50" relative="1" width="50" as="geometry">
            <mxPoint x="360" y="610" as="sourcePoint" />
            <mxPoint x="400" y="610" as="targetPoint" />
          </mxGeometry>
        </mxCell>
        <mxCell id="BZ9neWvH9tw47nREzwFn-45" parent="1" style="text;html=1;whiteSpace=wrap;strokeColor=none;fillColor=none;align=center;verticalAlign=middle;rounded=0;fontStyle=1" value="HMASTLOCK" vertex="1">
          <mxGeometry height="20" width="80" x="275" y="600" as="geometry" />
        </mxCell>
        <mxCell id="BZ9neWvH9tw47nREzwFn-46" edge="1" parent="1" style="endArrow=classic;html=1;rounded=0;" value="">
          <mxGeometry height="50" relative="1" width="50" as="geometry">
            <mxPoint x="360" y="649.8" as="sourcePoint" />
            <mxPoint x="400" y="649.8" as="targetPoint" />
          </mxGeometry>
        </mxCell>
        <mxCell id="BZ9neWvH9tw47nREzwFn-47" parent="1" style="text;html=1;whiteSpace=wrap;strokeColor=none;fillColor=none;align=center;verticalAlign=middle;rounded=0;fontStyle=1" value="HWDATA[31:0]" vertex="1">
          <mxGeometry height="20" width="95" x="270" y="640" as="geometry" />
        </mxCell>
        <mxCell id="BZ9neWvH9tw47nREzwFn-49" edge="1" parent="1" style="endArrow=classic;html=1;rounded=0;" value="">
          <mxGeometry height="50" relative="1" width="50" as="geometry">
            <mxPoint x="360" y="380" as="sourcePoint" />
            <mxPoint x="400" y="380" as="targetPoint" />
          </mxGeometry>
        </mxCell>
        <mxCell id="BZ9neWvH9tw47nREzwFn-50" edge="1" parent="1" style="endArrow=classic;html=1;rounded=0;" value="">
          <mxGeometry height="50" relative="1" width="50" as="geometry">
            <mxPoint x="360" y="400" as="sourcePoint" />
            <mxPoint x="400" y="400" as="targetPoint" />
          </mxGeometry>
        </mxCell>
        <mxCell id="BZ9neWvH9tw47nREzwFn-51" edge="1" parent="1" style="endArrow=classic;html=1;rounded=0;" value="">
          <mxGeometry height="50" relative="1" width="50" as="geometry">
            <mxPoint x="360" y="440" as="sourcePoint" />
            <mxPoint x="400" y="440" as="targetPoint" />
          </mxGeometry>
        </mxCell>
        <mxCell id="BZ9neWvH9tw47nREzwFn-52" parent="1" style="text;html=1;whiteSpace=wrap;strokeColor=none;fillColor=none;align=center;verticalAlign=middle;rounded=0;fontStyle=1" value="HCLK" vertex="1">
          <mxGeometry height="20" width="40" x="320" y="370" as="geometry" />
        </mxCell>
        <mxCell id="BZ9neWvH9tw47nREzwFn-53" parent="1" style="text;html=1;whiteSpace=wrap;strokeColor=none;fillColor=none;align=center;verticalAlign=middle;rounded=0;fontStyle=1" value="HRESETn" vertex="1">
          <mxGeometry height="20" width="60" x="300" y="390" as="geometry" />
        </mxCell>
        <mxCell id="BZ9neWvH9tw47nREzwFn-54" parent="1" style="shape=curlyBracket;whiteSpace=wrap;html=1;rounded=1;labelPosition=left;verticalLabelPosition=middle;align=right;verticalAlign=middle;" value="" vertex="1">
          <mxGeometry height="35" width="20" x="230" y="90" as="geometry" />
        </mxCell>
        <mxCell id="BZ9neWvH9tw47nREzwFn-55" parent="1" style="text;html=1;whiteSpace=wrap;strokeColor=none;fillColor=none;align=center;verticalAlign=middle;rounded=0;fontStyle=1" value="HRESP" vertex="1">
          <mxGeometry height="20" width="60" x="300" y="170" as="geometry" />
        </mxCell>
        <mxCell id="BZ9neWvH9tw47nREzwFn-56" parent="1" style="shape=curlyBracket;whiteSpace=wrap;html=1;rounded=1;labelPosition=left;verticalLabelPosition=middle;align=right;verticalAlign=middle;" value="" vertex="1">
          <mxGeometry height="140" width="20" x="230" y="480" as="geometry" />
        </mxCell>
        <mxCell id="BZ9neWvH9tw47nREzwFn-57" parent="1" style="shape=curlyBracket;whiteSpace=wrap;html=1;rounded=1;labelPosition=left;verticalLabelPosition=middle;align=right;verticalAlign=middle;rotation=-180;" value="" vertex="1">
          <mxGeometry height="135" width="20" x="650" y="90" as="geometry" />
        </mxCell>
        <mxCell id="BZ9neWvH9tw47nREzwFn-58" parent="1" style="text;html=1;whiteSpace=wrap;strokeColor=none;fillColor=none;align=center;verticalAlign=middle;rounded=0;fontStyle=1" value="&lt;span style=&quot;font-weight: normal;&quot;&gt;Global signals&lt;/span&gt;" vertex="1">
          <mxGeometry height="20" width="90" x="140" y="97.5" as="geometry" />
        </mxCell>
        <mxCell id="BZ9neWvH9tw47nREzwFn-59" parent="1" style="text;html=1;whiteSpace=wrap;strokeColor=none;fillColor=none;align=center;verticalAlign=middle;rounded=0;fontStyle=1" value="&lt;span style=&quot;font-weight: normal;&quot;&gt;Transfer response&lt;/span&gt;" vertex="1">
          <mxGeometry height="20" width="60" x="170" y="157.5" as="geometry" />
        </mxCell>
        <mxCell id="BZ9neWvH9tw47nREzwFn-60" parent="1" style="text;html=1;whiteSpace=wrap;strokeColor=none;fillColor=none;align=center;verticalAlign=middle;rounded=0;fontStyle=1" value="&lt;span style=&quot;font-weight: normal;&quot;&gt;Data&lt;/span&gt;" vertex="1">
          <mxGeometry height="20" width="60" x="170" y="250" as="geometry" />
        </mxCell>
        <mxCell id="BZ9neWvH9tw47nREzwFn-61" parent="1" style="text;html=1;whiteSpace=wrap;strokeColor=none;fillColor=none;align=center;verticalAlign=middle;rounded=0;fontStyle=1" value="&lt;span style=&quot;font-weight: normal;&quot;&gt;Address and control signals&lt;/span&gt;" vertex="1">
          <mxGeometry height="37.5" width="90" x="670" y="140" as="geometry" />
        </mxCell>
        <mxCell id="BZ9neWvH9tw47nREzwFn-62" parent="1" style="shape=curlyBracket;whiteSpace=wrap;html=1;rounded=1;labelPosition=left;verticalLabelPosition=middle;align=right;verticalAlign=middle;" value="" vertex="1">
          <mxGeometry height="35" width="20" x="230" y="150" as="geometry" />
        </mxCell>
        <mxCell id="BZ9neWvH9tw47nREzwFn-63" parent="1" style="text;html=1;whiteSpace=wrap;strokeColor=none;fillColor=none;align=center;verticalAlign=middle;rounded=0;fontStyle=1" value="&lt;span style=&quot;font-weight: normal;&quot;&gt;Address and control signals&lt;/span&gt;" vertex="1">
          <mxGeometry height="37.5" width="90" x="140" y="531" as="geometry" />
        </mxCell>
        <mxCell id="BZ9neWvH9tw47nREzwFn-64" parent="1" style="shape=curlyBracket;whiteSpace=wrap;html=1;rounded=1;labelPosition=left;verticalLabelPosition=middle;align=right;verticalAlign=middle;" value="" vertex="1">
          <mxGeometry height="35" width="20" x="230" y="375" as="geometry" />
        </mxCell>
        <mxCell id="BZ9neWvH9tw47nREzwFn-65" parent="1" style="text;html=1;whiteSpace=wrap;strokeColor=none;fillColor=none;align=center;verticalAlign=middle;rounded=0;fontStyle=1" value="&lt;span style=&quot;font-weight: normal;&quot;&gt;Global signals&lt;/span&gt;" vertex="1">
          <mxGeometry height="20" width="90" x="140" y="382.5" as="geometry" />
        </mxCell>
        <mxCell id="BZ9neWvH9tw47nREzwFn-66" parent="1" style="text;html=1;whiteSpace=wrap;strokeColor=none;fillColor=none;align=center;verticalAlign=middle;rounded=0;fontStyle=1" value="&lt;span style=&quot;font-weight: normal;&quot;&gt;Data&lt;/span&gt;" vertex="1">
          <mxGeometry height="20" width="60" x="670" y="250" as="geometry" />
        </mxCell>
        <mxCell id="BZ9neWvH9tw47nREzwFn-67" edge="1" parent="1" style="endArrow=classic;html=1;rounded=0;" value="">
          <mxGeometry height="50" relative="1" width="50" as="geometry">
            <mxPoint x="520" y="490" as="sourcePoint" />
            <mxPoint x="560" y="490" as="targetPoint" />
          </mxGeometry>
        </mxCell>
        <mxCell id="BZ9neWvH9tw47nREzwFn-68" edge="1" parent="1" style="endArrow=classic;html=1;rounded=0;" value="">
          <mxGeometry height="50" relative="1" width="50" as="geometry">
            <mxPoint x="520" y="510" as="sourcePoint" />
            <mxPoint x="560" y="510" as="targetPoint" />
          </mxGeometry>
        </mxCell>
        <mxCell id="BZ9neWvH9tw47nREzwFn-69" parent="1" style="text;html=1;whiteSpace=wrap;strokeColor=none;fillColor=none;align=center;verticalAlign=middle;rounded=0;fontStyle=1" value="HREADY" vertex="1">
          <mxGeometry height="20" width="60" x="560" y="480" as="geometry" />
        </mxCell>
        <mxCell id="BZ9neWvH9tw47nREzwFn-70" parent="1" style="text;html=1;whiteSpace=wrap;strokeColor=none;fillColor=none;align=center;verticalAlign=middle;rounded=0;fontStyle=1" value="HRESP" vertex="1">
          <mxGeometry height="20" width="60" x="560" y="500" as="geometry" />
        </mxCell>
        <mxCell id="BZ9neWvH9tw47nREzwFn-71" edge="1" parent="1" style="endArrow=classic;html=1;rounded=0;" value="">
          <mxGeometry height="50" relative="1" width="50" as="geometry">
            <mxPoint x="520" y="649.6600000000001" as="sourcePoint" />
            <mxPoint x="560" y="649.6600000000001" as="targetPoint" />
          </mxGeometry>
        </mxCell>
        <mxCell id="BZ9neWvH9tw47nREzwFn-72" parent="1" style="text;html=1;whiteSpace=wrap;strokeColor=none;fillColor=none;align=center;verticalAlign=middle;rounded=0;fontStyle=1" value="HRDATA[31:0]" vertex="1">
          <mxGeometry height="20" width="90" x="560" y="640" as="geometry" />
        </mxCell>
        <mxCell id="BZ9neWvH9tw47nREzwFn-73" parent="1" style="text;html=1;whiteSpace=wrap;strokeColor=none;fillColor=none;align=center;verticalAlign=middle;rounded=0;fontStyle=1" value="&lt;span style=&quot;font-weight: normal;&quot;&gt;Data&lt;/span&gt;" vertex="1">
          <mxGeometry height="20" width="60" x="155" y="640" as="geometry" />
        </mxCell>
        <mxCell id="BZ9neWvH9tw47nREzwFn-74" parent="1" style="text;html=1;whiteSpace=wrap;strokeColor=none;fillColor=none;align=center;verticalAlign=middle;rounded=0;fontStyle=1" value="&lt;span style=&quot;font-weight: normal;&quot;&gt;Data&lt;/span&gt;" vertex="1">
          <mxGeometry height="20" width="50" x="675" y="640" as="geometry" />
        </mxCell>
        <mxCell id="BZ9neWvH9tw47nREzwFn-75" parent="1" style="text;html=1;whiteSpace=wrap;strokeColor=none;fillColor=none;align=center;verticalAlign=middle;rounded=0;fontStyle=1" value="&lt;span style=&quot;font-weight: normal;&quot;&gt;Transfer response&lt;/span&gt;" vertex="1">
          <mxGeometry height="20" width="60" x="670" y="487.5" as="geometry" />
        </mxCell>
        <mxCell id="BZ9neWvH9tw47nREzwFn-76" parent="1" style="shape=curlyBracket;whiteSpace=wrap;html=1;rounded=1;labelPosition=left;verticalLabelPosition=middle;align=right;verticalAlign=middle;rotation=-180;" value="" vertex="1">
          <mxGeometry height="35" width="20" x="640" y="480" as="geometry" />
        </mxCell>
        <mxCell id="BZ9neWvH9tw47nREzwFn-77" parent="1" style="text;html=1;whiteSpace=wrap;strokeColor=none;fillColor=none;align=center;verticalAlign=middle;rounded=0;fontStyle=1" value="&lt;span style=&quot;font-weight: normal;&quot;&gt;Select signal&lt;/span&gt;" vertex="1">
          <mxGeometry height="20" width="90" x="140" y="430" as="geometry" />
        </mxCell>
      </root>
    </mxGraphModel>
  </diagram>
  <diagram id="Hd4ECfvz_bm4RMetZK8C" name="Master Interface">
    <mxGraphModel dx="764" dy="1105" grid="1" gridSize="10" guides="1" tooltips="1" connect="1" arrows="1" fold="1" page="1" pageScale="1" pageWidth="850" pageHeight="1100" math="0" shadow="0">
      <root>
        <mxCell id="0" />
        <mxCell id="1" parent="0" />
      </root>
    </mxGraphModel>
  </diagram>
  <diagram id="AYzUWjTrgIps4r00h7mQ" name="Master FSM">
    <mxGraphModel dx="437" dy="631" grid="1" gridSize="10" guides="1" tooltips="1" connect="1" arrows="1" fold="1" page="1" pageScale="1" pageWidth="850" pageHeight="1100" math="0" shadow="0">
      <root>
        <mxCell id="0" />
        <mxCell id="1" parent="0" />
        <mxCell id="gUlQ52oibdo8bB1fHUDe-6" edge="1" parent="1" source="gUlQ52oibdo8bB1fHUDe-1" style="edgeStyle=orthogonalEdgeStyle;rounded=0;orthogonalLoop=1;jettySize=auto;html=1;exitX=1;exitY=0.5;exitDx=0;exitDy=0;entryX=0;entryY=0.5;entryDx=0;entryDy=0;" target="gUlQ52oibdo8bB1fHUDe-2">
          <mxGeometry relative="1" as="geometry" />
        </mxCell>
        <mxCell id="gUlQ52oibdo8bB1fHUDe-8" edge="1" parent="1" source="gUlQ52oibdo8bB1fHUDe-1" style="edgeStyle=orthogonalEdgeStyle;rounded=0;orthogonalLoop=1;jettySize=auto;html=1;entryX=0.5;entryY=0;entryDx=0;entryDy=0;" target="gUlQ52oibdo8bB1fHUDe-5">
          <mxGeometry relative="1" as="geometry" />
        </mxCell>
        <mxCell id="gUlQ52oibdo8bB1fHUDe-1" parent="1" style="ellipse;whiteSpace=wrap;html=1;" value="IDLE" vertex="1">
          <mxGeometry height="80" width="120" x="200" y="200" as="geometry" />
        </mxCell>
        <mxCell id="gUlQ52oibdo8bB1fHUDe-7" edge="1" parent="1" source="gUlQ52oibdo8bB1fHUDe-2" style="edgeStyle=orthogonalEdgeStyle;rounded=0;orthogonalLoop=1;jettySize=auto;html=1;entryX=0.5;entryY=0;entryDx=0;entryDy=0;" target="gUlQ52oibdo8bB1fHUDe-3">
          <mxGeometry relative="1" as="geometry" />
        </mxCell>
        <mxCell id="gUlQ52oibdo8bB1fHUDe-2" parent="1" style="ellipse;whiteSpace=wrap;html=1;" value="WR_ADDR_PHASE" vertex="1">
          <mxGeometry height="80" width="120" x="440" y="200" as="geometry" />
        </mxCell>
        <mxCell id="gUlQ52oibdo8bB1fHUDe-10" edge="1" parent="1" source="gUlQ52oibdo8bB1fHUDe-3" style="edgeStyle=orthogonalEdgeStyle;rounded=0;orthogonalLoop=1;jettySize=auto;html=1;entryX=0.5;entryY=0;entryDx=0;entryDy=0;" target="gUlQ52oibdo8bB1fHUDe-9">
          <mxGeometry relative="1" as="geometry" />
        </mxCell>
        <mxCell id="8WBKzOnGMAMBHIHuB8Qa-4" edge="1" parent="1" source="gUlQ52oibdo8bB1fHUDe-3" style="edgeStyle=orthogonalEdgeStyle;rounded=0;orthogonalLoop=1;jettySize=auto;html=1;entryX=1;entryY=0.5;entryDx=0;entryDy=0;" target="gUlQ52oibdo8bB1fHUDe-5">
          <mxGeometry relative="1" as="geometry" />
        </mxCell>
        <mxCell id="gUlQ52oibdo8bB1fHUDe-3" parent="1" style="ellipse;whiteSpace=wrap;html=1;" value="WR_DATA_PHASE" vertex="1">
          <mxGeometry height="80" width="120" x="440" y="360" as="geometry" />
        </mxCell>
        <mxCell id="gUlQ52oibdo8bB1fHUDe-11" edge="1" parent="1" source="gUlQ52oibdo8bB1fHUDe-4" style="edgeStyle=orthogonalEdgeStyle;rounded=0;orthogonalLoop=1;jettySize=auto;html=1;entryX=0;entryY=0.5;entryDx=0;entryDy=0;" target="gUlQ52oibdo8bB1fHUDe-9">
          <mxGeometry relative="1" as="geometry" />
        </mxCell>
        <mxCell id="8WBKzOnGMAMBHIHuB8Qa-6" edge="1" parent="1" source="gUlQ52oibdo8bB1fHUDe-4" style="edgeStyle=orthogonalEdgeStyle;rounded=0;orthogonalLoop=1;jettySize=auto;html=1;exitX=0;exitY=0.5;exitDx=0;exitDy=0;entryX=0;entryY=0.5;entryDx=0;entryDy=0;" target="gUlQ52oibdo8bB1fHUDe-1">
          <mxGeometry relative="1" as="geometry">
            <Array as="points">
              <mxPoint x="160.03" y="560.03" />
              <mxPoint x="160.03" y="240.03" />
            </Array>
          </mxGeometry>
        </mxCell>
        <mxCell id="gUlQ52oibdo8bB1fHUDe-4" parent="1" style="ellipse;whiteSpace=wrap;html=1;" value="RD_DATA_PHASE" vertex="1">
          <mxGeometry height="80" width="120" x="200" y="520" as="geometry" />
        </mxCell>
        <mxCell id="8WBKzOnGMAMBHIHuB8Qa-3" edge="1" parent="1" source="gUlQ52oibdo8bB1fHUDe-5" style="edgeStyle=orthogonalEdgeStyle;rounded=0;orthogonalLoop=1;jettySize=auto;html=1;" target="gUlQ52oibdo8bB1fHUDe-4" value="">
          <mxGeometry relative="1" as="geometry" />
        </mxCell>
        <mxCell id="gUlQ52oibdo8bB1fHUDe-5" parent="1" style="ellipse;whiteSpace=wrap;html=1;" value="RD_ADDR_PHASE" vertex="1">
          <mxGeometry height="80" width="120" x="200" y="360" as="geometry" />
        </mxCell>
        <mxCell id="gUlQ52oibdo8bB1fHUDe-9" parent="1" style="ellipse;whiteSpace=wrap;html=1;" value="WAIT_STATE" vertex="1">
          <mxGeometry height="80" width="120" x="440" y="520" as="geometry" />
        </mxCell>
        <mxCell id="8WBKzOnGMAMBHIHuB8Qa-1" edge="1" parent="1" source="gUlQ52oibdo8bB1fHUDe-5" style="endArrow=classic;html=1;rounded=0;entryX=0;entryY=0;entryDx=0;entryDy=0;exitX=1;exitY=1;exitDx=0;exitDy=0;" target="gUlQ52oibdo8bB1fHUDe-9" value="">
          <mxGeometry height="50" relative="1" width="50" as="geometry">
            <mxPoint x="350" y="490" as="sourcePoint" />
            <mxPoint x="400" y="440" as="targetPoint" />
          </mxGeometry>
        </mxCell>
        <mxCell id="8WBKzOnGMAMBHIHuB8Qa-5" edge="1" parent="1" source="gUlQ52oibdo8bB1fHUDe-3" style="endArrow=classic;html=1;rounded=0;exitX=0;exitY=0;exitDx=0;exitDy=0;entryX=1;entryY=1;entryDx=0;entryDy=0;" target="gUlQ52oibdo8bB1fHUDe-1" value="">
          <mxGeometry height="50" relative="1" width="50" as="geometry">
            <mxPoint x="370" y="340" as="sourcePoint" />
            <mxPoint x="420" y="290" as="targetPoint" />
          </mxGeometry>
        </mxCell>
      </root>
    </mxGraphModel>
  </diagram>
</mxfile>
